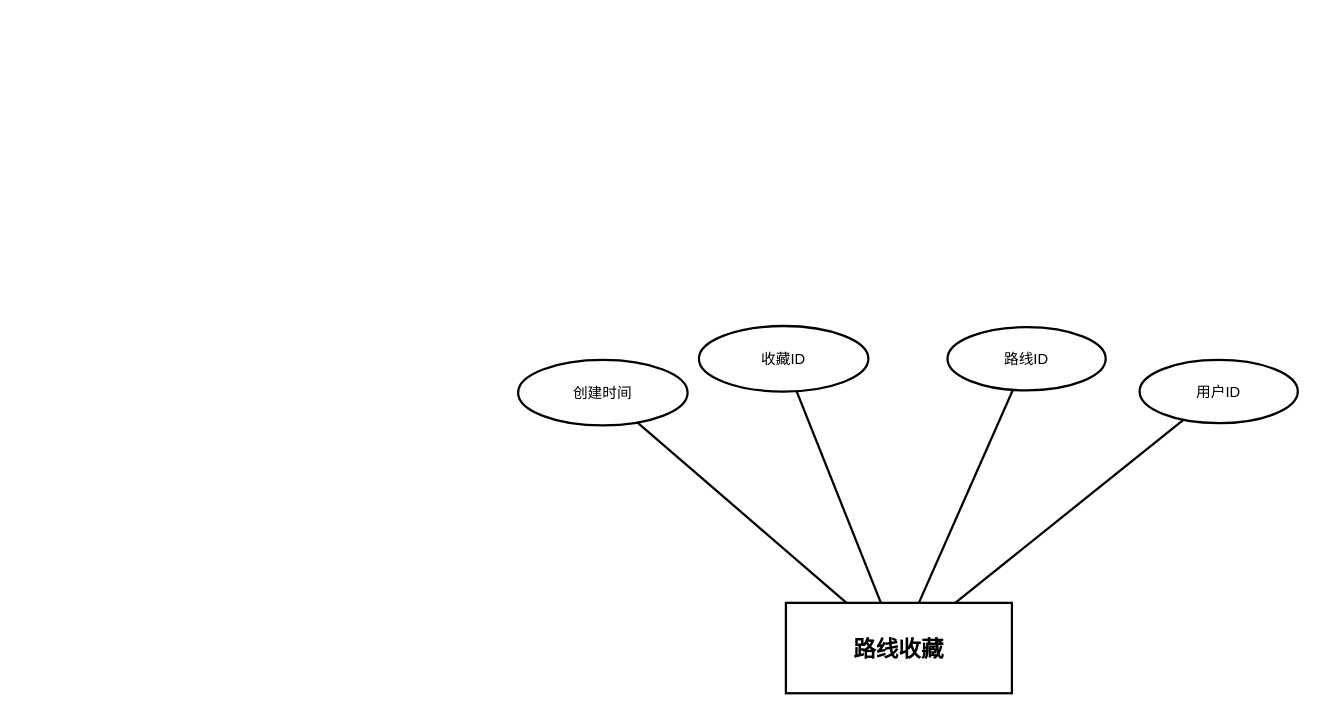
612cs/TrailQuest keeps this draw.io diagram as DOCS/thesis/figures/entity-diagrams/trail_favorites/trail_favorites_entity.drawio. Above is the earlier version. Source tidied: cells renumbered, new cells numbered last; positions are measured from the earlier drawing's top-left corner, leaving out a move shared by most shapes. Both pictures are drawn from the tidied source at 113%, with x=0, y=0 at pixel (518, 325).
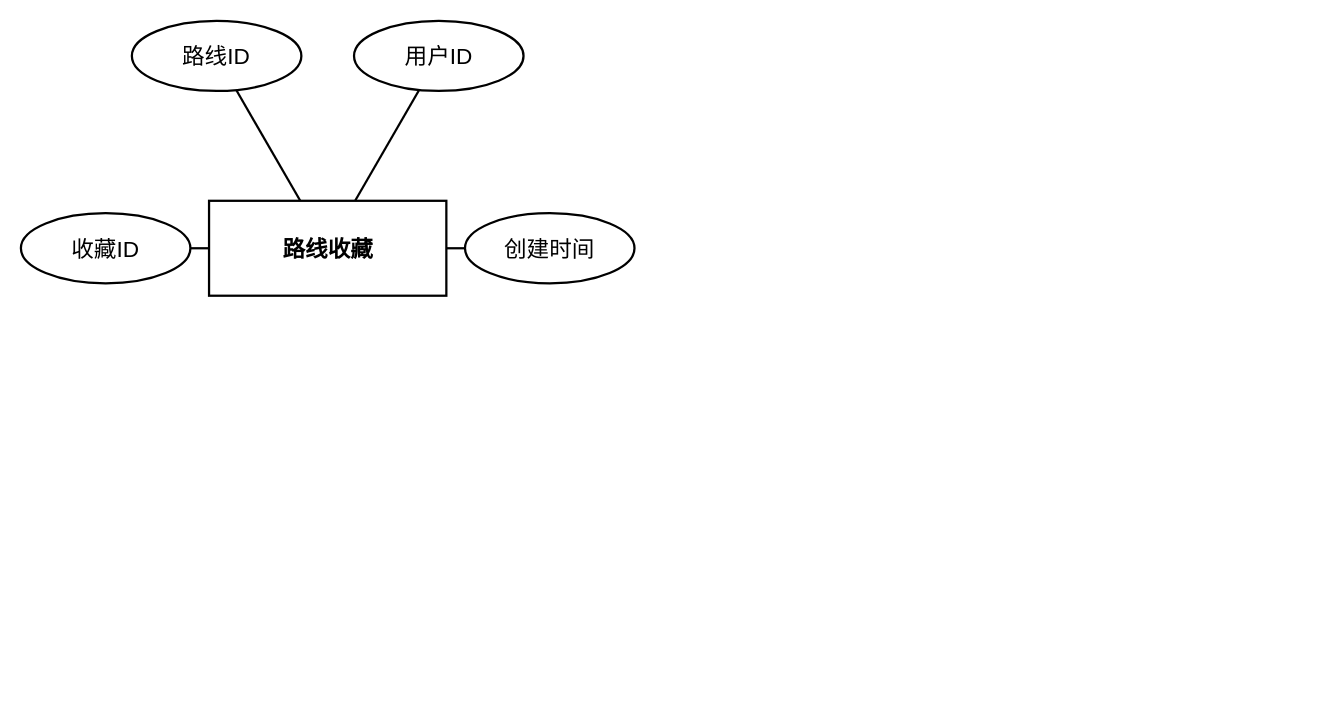
The same diagram, later.

Diff of the diagram source:
```diff
@@
 <mxGraphModel>
   <root>
     <mxCell id="0" />
     <mxCell id="1" parent="0" />
-    <mxCell id="2" value="路线收藏" style="rounded=0;whiteSpace=wrap;html=1;fillColor=#ffffff;strokeColor=#000000;fontColor=#000000;fontFamily=Arial;fontSize=20;fontStyle=1;align=center;verticalAlign=middle;strokeWidth=2;" parent="1" vertex="1">
-      <mxGeometry x="237" y="245" width="200" height="80" as="geometry" />
+    <mxCell id="2" value="路线收藏" style="rounded=0;whiteSpace=wrap;html=1;fillColor=none;strokeColor=#000000;fontColor=#000000;fontFamily=Arial;fontSize=20;fontStyle=1;align=center;verticalAlign=middle;strokeWidth=2;gradientColor=none;shadow=0;glass=0;" parent="1" vertex="1">
+      <mxGeometry x="-273.5" y="-110.8" width="210" height="84" as="geometry" />
     </mxCell>
-    <mxCell id="3" value="收藏ID" style="ellipse;whiteSpace=wrap;html=1;fillColor=#ffffff;strokeColor=#000000;fontColor=#000000;fontFamily=Arial;fontSize=13;align=center;verticalAlign=middle;strokeWidth=2;" parent="1" vertex="1">
-      <mxGeometry x="160" width="150" height="58" as="geometry" />
+    <mxCell id="3" value="收藏ID" style="ellipse;whiteSpace=wrap;html=1;fillColor=none;strokeColor=#000000;fontColor=#000000;fontFamily=Arial;fontSize=20;align=center;verticalAlign=middle;strokeWidth=2;gradientColor=none;shadow=0;glass=0;" parent="1" vertex="1">
+      <mxGeometry x="-440" y="-99.8" width="150" height="62" as="geometry" />
     </mxCell>
-    <mxCell id="4" value="路线ID" style="ellipse;whiteSpace=wrap;html=1;fillColor=#ffffff;strokeColor=#000000;fontColor=#000000;fontFamily=Arial;fontSize=13;align=center;verticalAlign=middle;strokeWidth=2;" parent="1" vertex="1">
-      <mxGeometry x="380" y="1" width="140" height="56" as="geometry" />
+    <mxCell id="4" value="路线ID" style="ellipse;whiteSpace=wrap;html=1;fillColor=none;strokeColor=#000000;fontColor=#000000;fontFamily=Arial;fontSize=20;align=center;verticalAlign=middle;strokeWidth=2;gradientColor=none;shadow=0;glass=0;" parent="1" vertex="1">
+      <mxGeometry x="-341.8" y="-270" width="150" height="62" as="geometry" />
     </mxCell>
-    <mxCell id="5" value="用户ID" style="ellipse;whiteSpace=wrap;html=1;fillColor=#ffffff;strokeColor=#000000;fontColor=#000000;fontFamily=Arial;fontSize=13;align=center;verticalAlign=middle;strokeWidth=2;" parent="1" vertex="1">
-      <mxGeometry x="550" y="30" width="140" height="56" as="geometry" />
+    <mxCell id="5" value="用户ID" style="ellipse;whiteSpace=wrap;html=1;fillColor=none;strokeColor=#000000;fontColor=#000000;fontFamily=Arial;fontSize=20;align=center;verticalAlign=middle;strokeWidth=2;gradientColor=none;shadow=0;glass=0;" parent="1" vertex="1">
+      <mxGeometry x="-145.2" y="-270" width="150" height="62" as="geometry" />
     </mxCell>
-    <mxCell id="6" value="创建时间" style="ellipse;whiteSpace=wrap;html=1;fillColor=#ffffff;strokeColor=#000000;fontColor=#000000;fontFamily=Arial;fontSize=13;align=center;verticalAlign=middle;strokeWidth=2;" parent="1" vertex="1">
-      <mxGeometry y="30" width="150" height="58" as="geometry" />
+    <mxCell id="6" value="创建时间" style="ellipse;whiteSpace=wrap;html=1;fillColor=none;strokeColor=#000000;fontColor=#000000;fontFamily=Arial;fontSize=20;align=center;verticalAlign=middle;strokeWidth=2;gradientColor=none;shadow=0;glass=0;" parent="1" vertex="1">
+      <mxGeometry x="-47" y="-99.8" width="150" height="62" as="geometry" />
     </mxCell>
     <mxCell id="7" style="endArrow=none;html=1;rounded=0;strokeColor=#000000;strokeWidth=2;" parent="1" edge="1" source="2" target="3">
       <mxGeometry relative="1" as="geometry" />
     </mxCell>
     <mxCell id="8" style="endArrow=none;html=1;rounded=0;strokeColor=#000000;strokeWidth=2;" parent="1" edge="1" source="2" target="4">
       <mxGeometry relative="1" as="geometry" />
     </mxCell>
     <mxCell id="9" style="endArrow=none;html=1;rounded=0;strokeColor=#000000;strokeWidth=2;" parent="1" edge="1" source="2" target="5">
       <mxGeometry relative="1" as="geometry" />
     </mxCell>
     <mxCell id="10" style="endArrow=none;html=1;rounded=0;strokeColor=#000000;strokeWidth=2;" parent="1" edge="1" source="2" target="6">
       <mxGeometry relative="1" as="geometry" />
     </mxCell>
   </root>
 </mxGraphModel>
```
